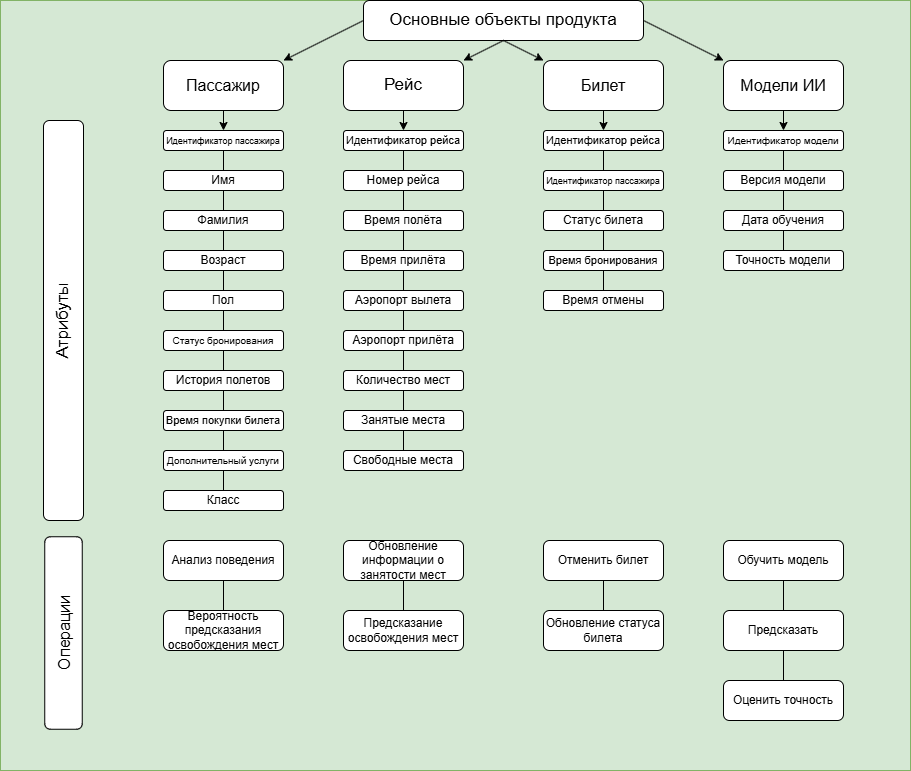
This is Desc/Diagramma_1.png from Sinofant/S7_project, a draw.io export, as it was before one commit. Source tidied: cells renumbered, new cells last; positions are measured from the earlier drawing's top-left corner, leaving out a move shared by most shapes.
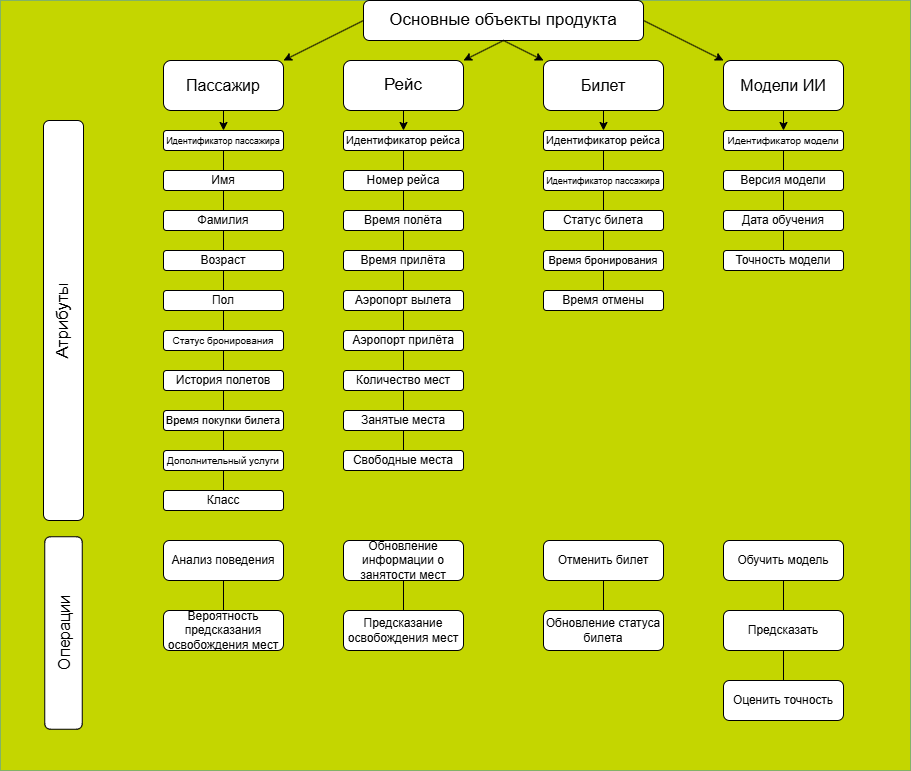
Later version of the same file.

The edit, as a diff of the source:
```diff
@@ -2,7 +2,7 @@
   <root>
     <mxCell id="0" />
     <mxCell id="1" parent="0" />
-    <mxCell id="2" style="rounded=0;whiteSpace=wrap;html=1;fillColor=#d5e8d4;strokeColor=#82b366;" parent="1" vertex="1">
+    <mxCell id="2" style="rounded=0;whiteSpace=wrap;html=1;fillColor=#C4D600;strokeColor=#82b366;" parent="1" vertex="1">
       <mxGeometry x="137" width="910" height="770" as="geometry" />
     </mxCell>
     <mxCell id="3" value="&lt;font style=&quot;font-size: 17px;&quot;&gt;Основные объекты продукта&lt;/font&gt;" style="rounded=1;whiteSpace=wrap;html=1;" parent="1" vertex="1">
```
